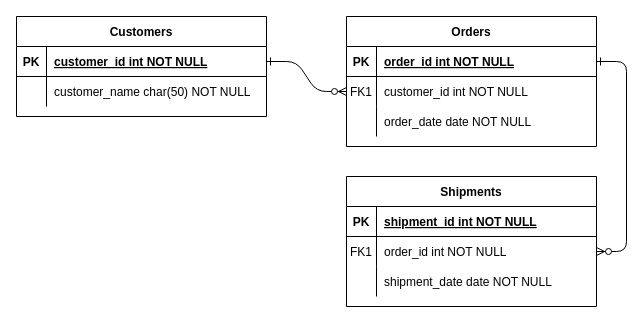
Earlier version of the draw.io diagram Untitled Diagram.drawio (shaundbs/databases-coursework). Source tidied: cells renumbered, new cells numbered last; positions are measured from the earlier drawing's top-left corner, leaving out a move shared by most shapes. Both pictures are drawn from the tidied source at 100%, with x=0, y=0 at pixel (16, 16).
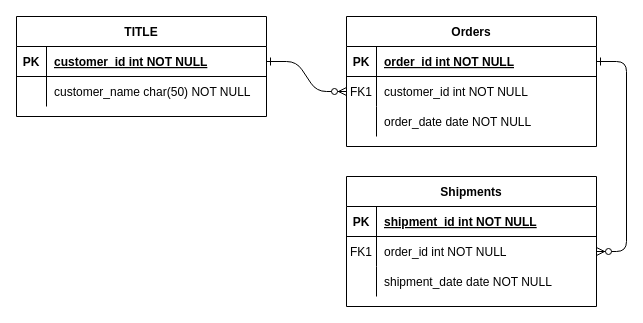
Above is the later version.

Diff of the diagram source:
```diff
@@
-    <mxCell id="24" value="Customers" style="shape=table;startSize=30;childLayout=tableLayout;rowLines=0;fontStyle=1;align=center;" parent="1" vertex="1">
+    <mxCell id="24" value="TITLE" style="shape=table;startSize=30;childLayout=tableLayout;rowLines=0;fontStyle=1;align=center;" parent="1" vertex="1">
       <mxGeometry width="250" height="100" as="geometry" />
     </mxCell>
```
